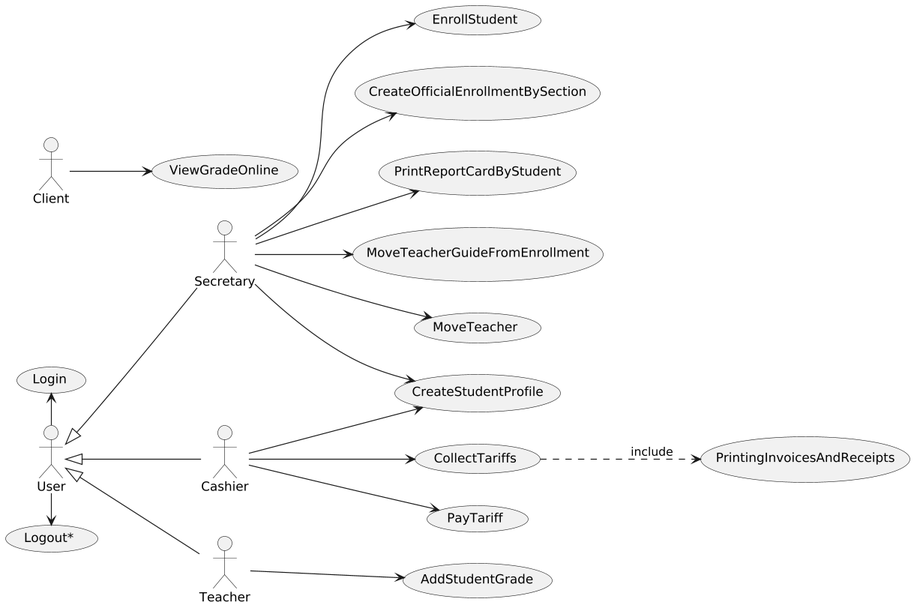
Above: out/UseCaseView/UseCases.png in wsmcbl/wsmcbl.doc (PlantUML), before the change.
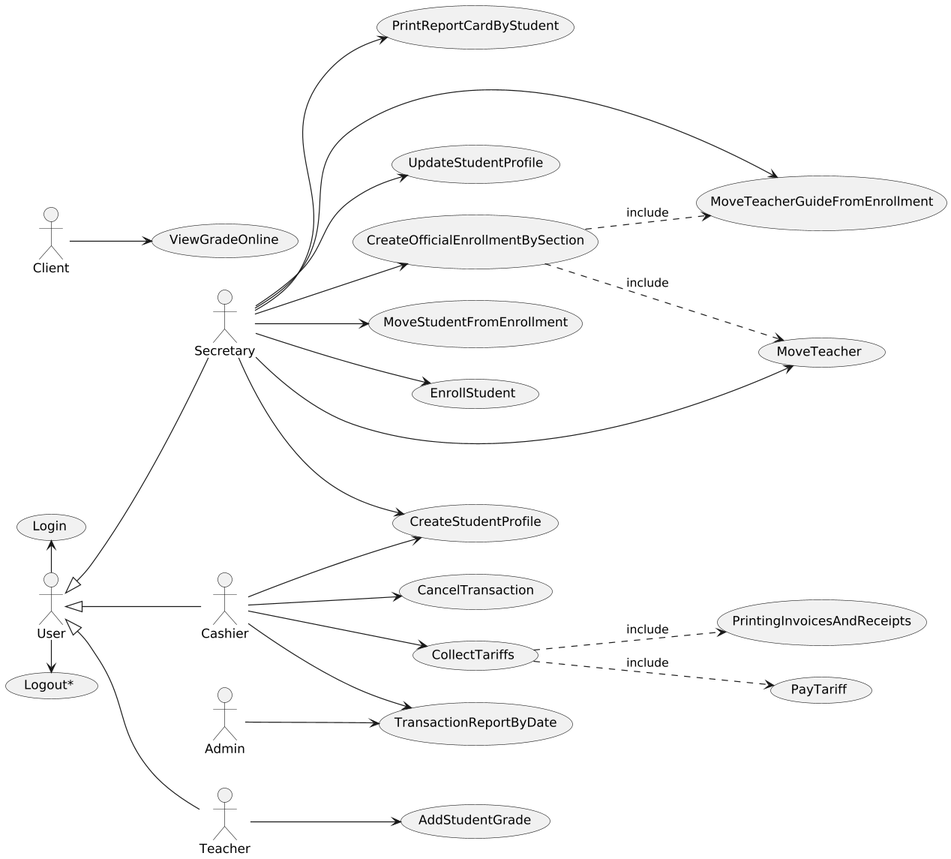
The same file after the commit.

What changed in the source:
```diff
@@ -25,16 +25,14 @@
 Cashier --> CollectTariffs
 
 CollectTariffs ..> PrintingInvoicesAndReceipts: include
-
+CreateOfficialEnrollmentBySection ..> MoveTeacherGuideFromEnrollment : include
 
 actor Client
 actor Teacher
 
 User <|-- Teacher
 
-usecase CU15 as "ViewGradeOnline"
 usecase CU60 as "PayTariff"
-usecase CU22 as "MoveTeacher"
 usecase CU11 as "AddStudentGrade"
 usecase CU02 as "CreateStudentProfile"
 usecase CU69 as "Login"
@@ -43,14 +41,36 @@
 User -left-> CU69
 User -right-> "Logout*"
 
-Secretary --> CU22
 Secretary --> CU02
 
 Cashier --> CU02
-Cashier --> CU60
 
 Teacher --> CU11
 
+CollectTariffs ..> CU60 : include
+
+
+
+
+usecase CU15 as "ViewGradeOnline"
+usecase CU16 as "UpdateStudentProfile"
+usecase CU22 as "MoveTeacher"
+usecase CU23 as "MoveStudentFromEnrollment"
+usecase CU73 as "CancelTransaction"
+usecase CU75 as "TransactionReportByDate"
+
+
 Client --> CU15
 
+Secretary --> CU16
+Secretary --> CU22
+Secretary --> CU23
+
+Cashier --> CU73
+Cashier --> CU75
+
+Admin --> CU75
+
+CreateOfficialEnrollmentBySection ..> CU22 : include
+
 @enduml
```
